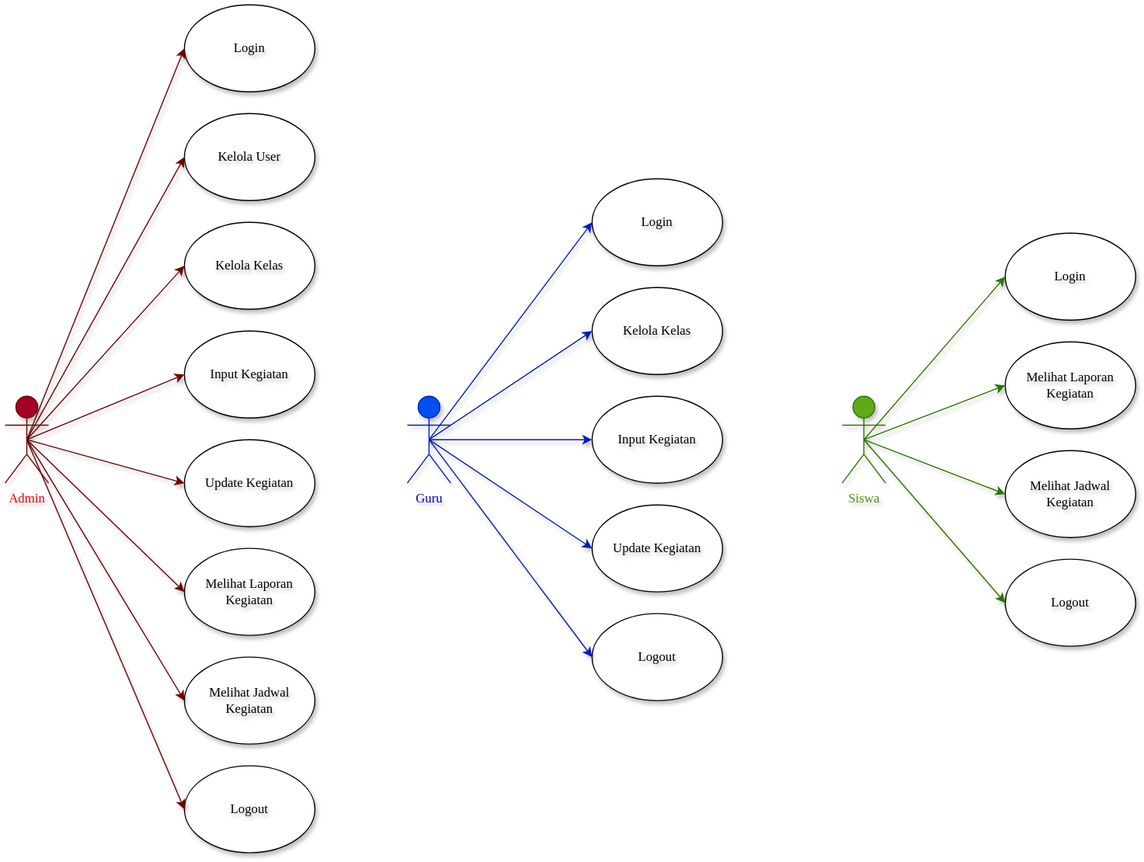
SukaMCD/Aplikasi-Guru keeps this draw.io diagram as Docs/Usecasecopy.drawio.svg. Above is the earlier version. Source tidied: cells renumbered, new cells last; positions are measured from the earlier drawing's top-left corner, leaving out a move shared by most shapes.
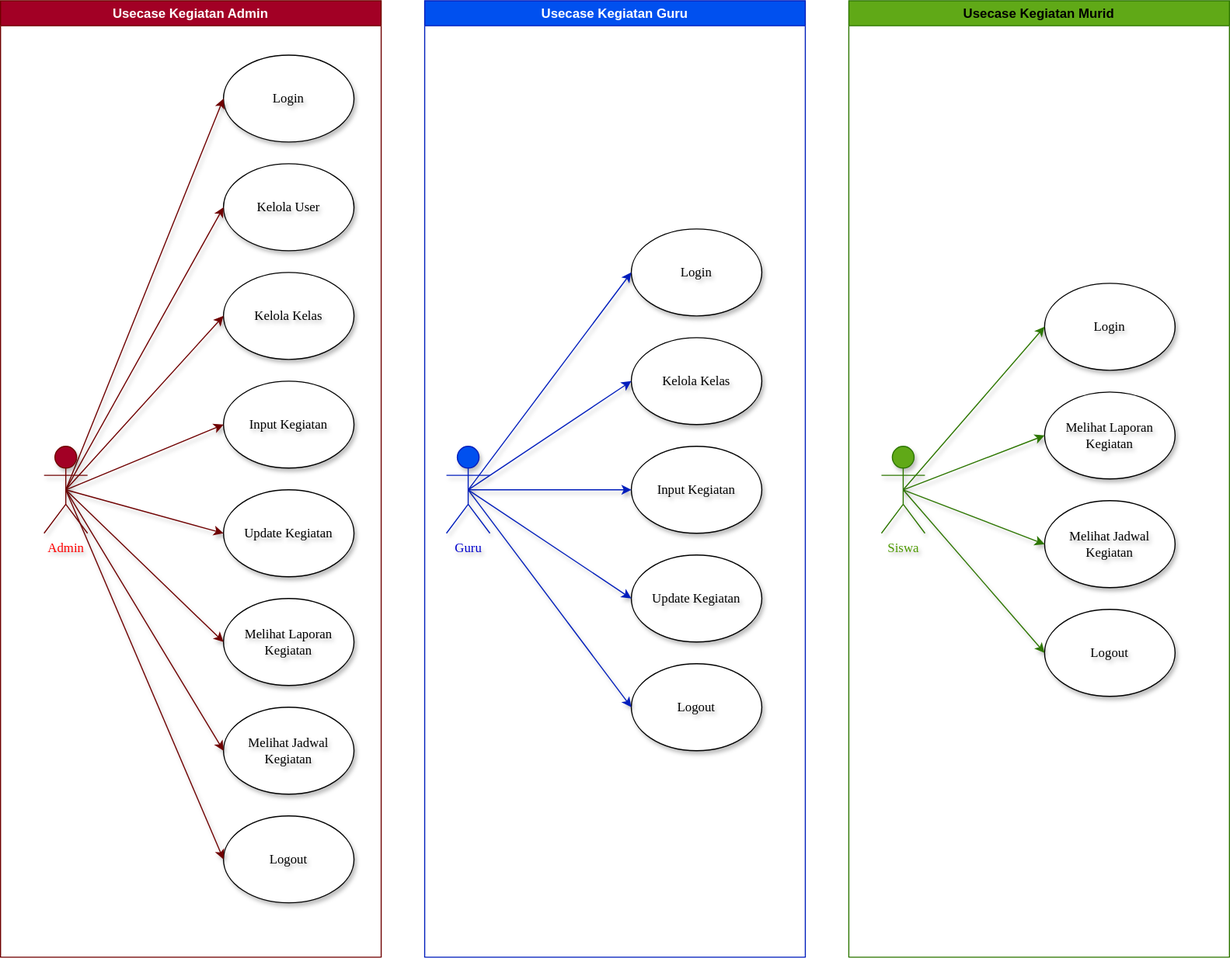
The same file after the commit.

Diff of the diagram source:
```diff
@@ -115,5 +115,14 @@
     <mxCell id="38" value="&lt;font style=&quot;color: rgb(77, 153, 0);&quot;&gt;Siswa&lt;/font&gt;" style="shape=umlActor;verticalLabelPosition=bottom;verticalAlign=top;html=1;outlineConnect=0;shadow=1;fontFamily=Times New Roman;labelBackgroundColor=none;strokeColor=#2D7600;fontColor=#ffffff;textShadow=1;labelBorderColor=none;fillColor=#60a917;" parent="1" vertex="1">
       <mxGeometry x="770" y="360" width="40" height="80" as="geometry" />
     </mxCell>
+    <mxCell id="39" value="Usecase Kegiatan Guru" style="swimlane;whiteSpace=wrap;html=1;startSize=23;fillColor=#0050ef;fontColor=#ffffff;strokeColor=#001DBC;" parent="1" vertex="1">
+      <mxGeometry x="350" y="-50" width="350" height="880" as="geometry" />
+    </mxCell>
+    <mxCell id="40" value="&lt;span style=&quot;color: rgb(0, 0, 0);&quot;&gt;Usecase Kegiatan Murid&lt;/span&gt;" style="swimlane;whiteSpace=wrap;html=1;startSize=23;fillColor=#60a917;fontColor=#ffffff;strokeColor=#2D7600;" parent="1" vertex="1">
+      <mxGeometry x="740" y="-50" width="350" height="880" as="geometry" />
+    </mxCell>
+    <mxCell id="41" value="Usecase Kegiatan Admin" style="swimlane;whiteSpace=wrap;html=1;fillColor=#a20025;fontColor=#ffffff;strokeColor=#6F0000;" parent="1" vertex="1">
+      <mxGeometry x="-40" y="-50" width="350" height="880" as="geometry" />
+    </mxCell>
   </root>
 </mxGraphModel>
```
